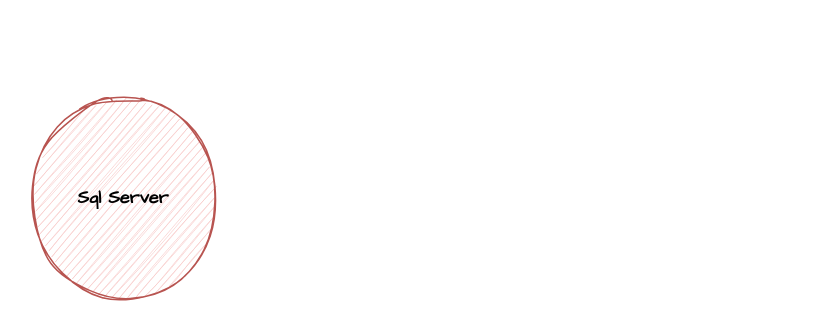
Earlier version of the draw.io diagram diagrams_相关草图/Sql Server_深入学习导图.drawio (rainforests719/csharp.learning.growth.path). Source tidied: cells renumbered, new cells numbered last; positions are measured from the earlier drawing's top-left corner, leaving out a move shared by most shapes. Both pictures are drawn from the tidied source at 150%, with x=0, y=0 at pixel (26, 100).
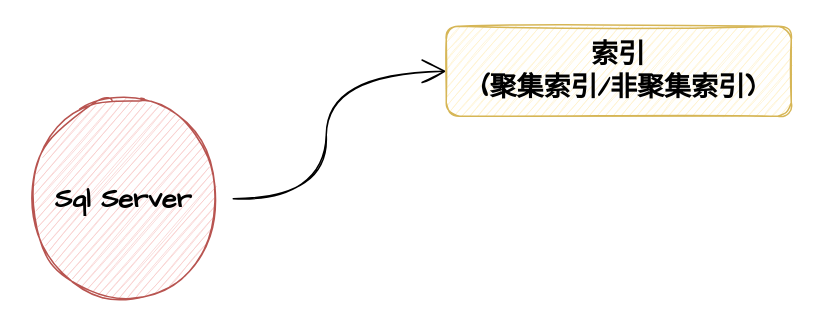
After the change.

Commit message (it also covers changes not shown here):
更新Sql Server_深入学习导图.drawio

Change to the diagram source:
```diff
@@
 <mxGraphModel>
   <root>
     <mxCell id="0" />
     <mxCell id="1" parent="0" />
+    <mxCell id="3" style="edgeStyle=orthogonalEdgeStyle;curved=1;rounded=0;sketch=1;hachureGap=4;jettySize=auto;html=1;entryX=0;entryY=0.5;entryDx=0;entryDy=0;fontFamily=Comic Sans MS;fontSize=18;endArrow=open;startSize=14;endSize=14;sourcePerimeterSpacing=8;targetPerimeterSpacing=8;" parent="1" edge="1" source="2" target="4">
+      <mxGeometry relative="1" as="geometry" />
+    </mxCell>
-    <mxCell id="2" value="Sql Server" style="ellipse;whiteSpace=wrap;html=1;rounded=1;fontStyle=1;fontFamily=Comic Sans MS;sketch=1;fillColor=#f8cecc;strokeColor=#b85450;" parent="1" vertex="1">
+    <mxCell id="2" value="Sql Server" style="ellipse;whiteSpace=wrap;html=1;rounded=1;fontStyle=1;fontFamily=Comic Sans MS;sketch=1;fillColor=#f8cecc;strokeColor=#b85450;fontSize=18;" parent="1" vertex="1">
       <mxGeometry width="130" height="130" as="geometry" />
     </mxCell>
+    <mxCell id="4" value="索引&lt;br&gt;(聚集索引/非聚集索引)" style="rounded=1;whiteSpace=wrap;html=1;sketch=1;fontStyle=1;fontFamily=Comic Sans MS;hachureGap=4;fontSize=18;fillColor=#fff2cc;strokeColor=#d6b656;" parent="1" vertex="1">
+      <mxGeometry x="280" y="-50" width="230" height="60" as="geometry" />
+    </mxCell>
   </root>
 </mxGraphModel>
```
